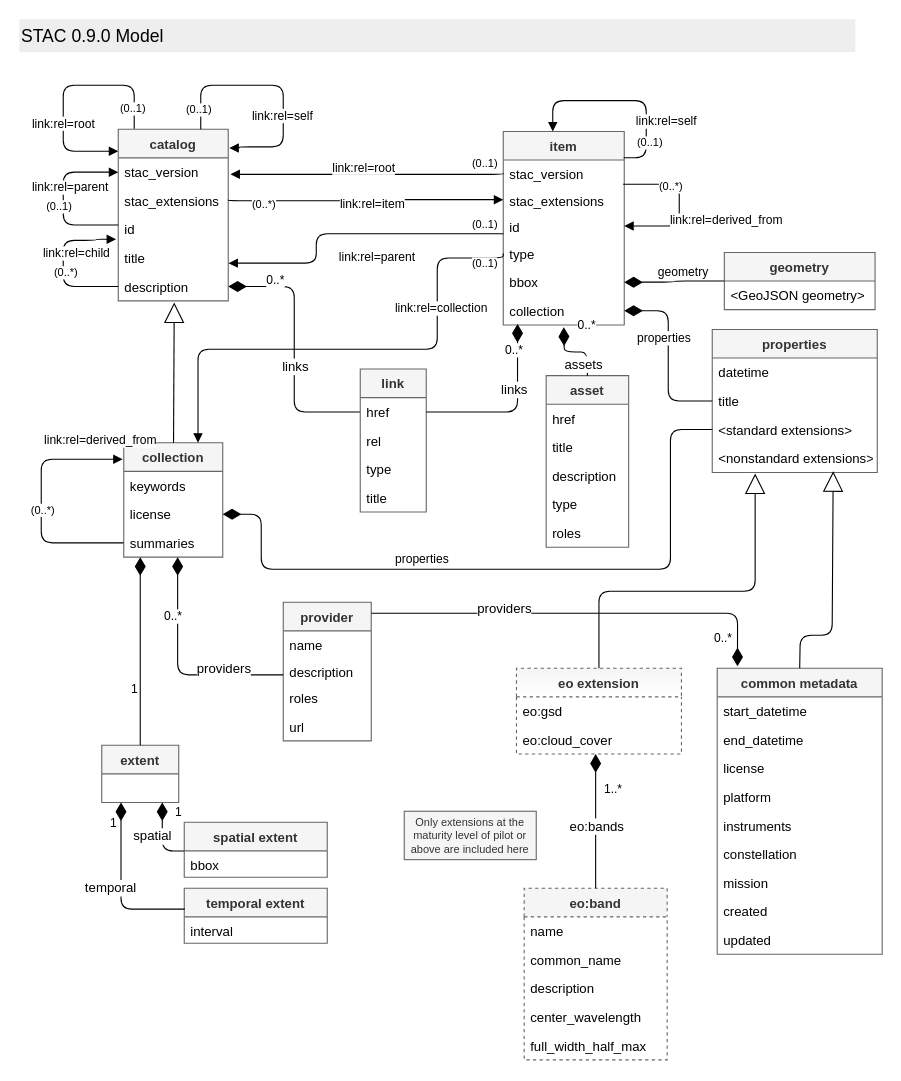
The draw.io diagram STAC-UML.drawio in radiantearth/stac-spec, before the edit. Source tidied: cells renumbered, new cells numbered last; positions are measured from the earlier drawing's top-left corner, leaving out a move shared by most shapes. Both pictures are drawn from the tidied source at 110%, with x=0, y=0 at pixel (19, 19).
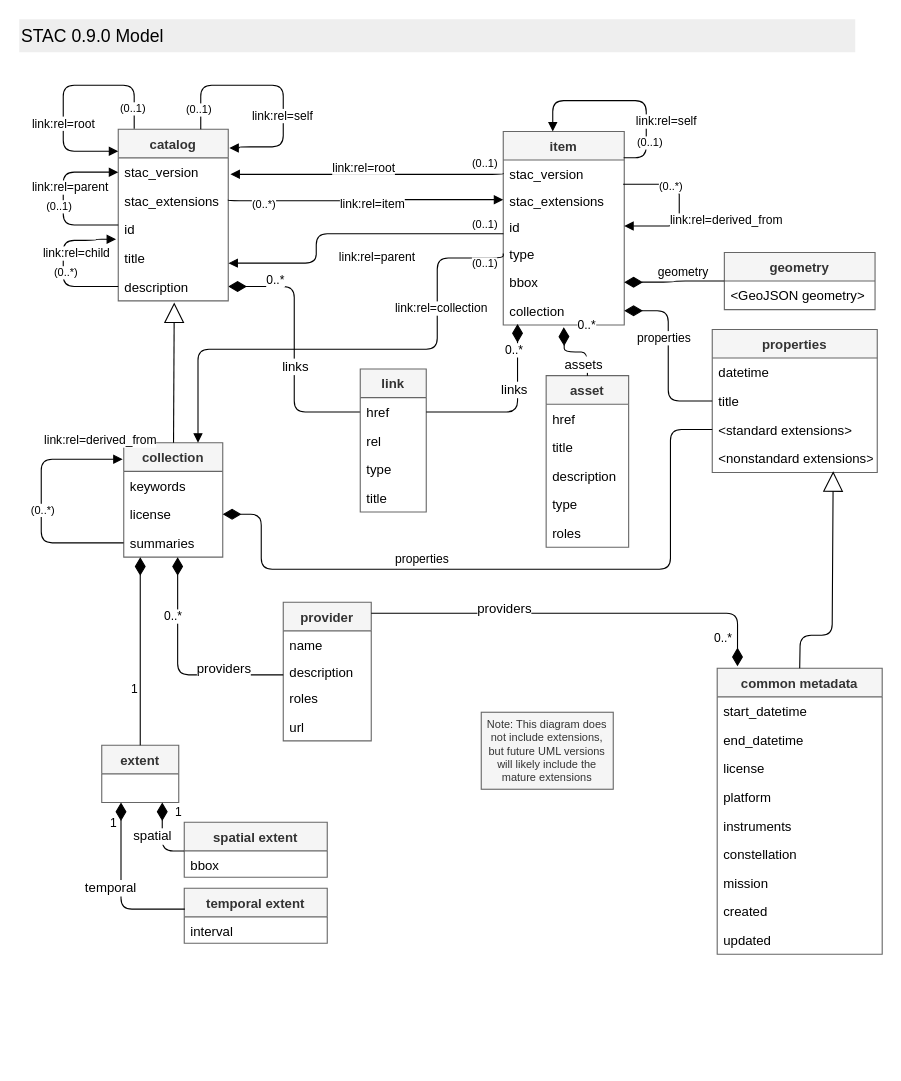
Above is the later version.

Commit message (it also covers changes not shown here):
removed extensions, per suggestion in PR review, as sat extension isnt pilot, but its weird to have eo in and not it

The change refers to these unchanged cells:
```xml
<mxCell id="44" value="&lt;nonstandard extensions&gt;" style="text;strokeColor=none;fillColor=none;align=left;verticalAlign=top;spacingLeft=4;spacingRight=4;overflow=hidden;points=[[0,0.5],[1,0.5]];portConstraint=eastwest;" parent="40" vertex="1">
  <mxGeometry y="104" width="150" height="26" as="geometry" />
</mxCell>
```

Diff of the diagram source:
```diff
@@
-    <mxCell id="57" value="Only extensions at the maturity level of pilot or above are included here" style="rounded=0;whiteSpace=wrap;html=1;fillColor=#f5f5f5;strokeColor=#666666;fontSize=10;fontColor=#333333;" parent="1" vertex="1">
-      <mxGeometry x="350" y="720" width="120" height="44" as="geometry" />
+    <mxCell id="57" value="Note: This diagram does not include extensions, but future UML versions will likely include the mature extensions" style="rounded=0;whiteSpace=wrap;html=1;fillColor=#f5f5f5;strokeColor=#666666;fontSize=10;fontColor=#333333;" parent="1" vertex="1">
+      <mxGeometry x="420" y="630" width="120" height="70" as="geometry" />
     </mxCell>
-    <mxCell id="58" value="eo extension" style="swimlane;fontStyle=1;horizontal=1;startSize=26;fillColor=#f5f5f5;strokeColor=#666666;fontColor=#333333;spacing=2;gradientColor=#ffffff;dashed=1;" parent="1" vertex="1">
-      <mxGeometry x="452" y="590" width="150" height="78" as="geometry" />
-    </mxCell>
-    <mxCell id="59" value="eo:gsd" style="text;strokeColor=none;fillColor=none;align=left;verticalAlign=top;spacingLeft=4;spacingRight=4;overflow=hidden;" parent="58" vertex="1">
-      <mxGeometry y="26" width="150" height="26" as="geometry" />
-    </mxCell>
-    <mxCell id="60" value="eo:cloud_cover" style="text;strokeColor=none;fillColor=none;align=left;verticalAlign=top;spacingLeft=4;spacingRight=4;overflow=hidden;points=[[0,0.5],[1,0.5]];portConstraint=eastwest;" parent="58" vertex="1">
-      <mxGeometry y="52" width="150" height="26" as="geometry" />
-    </mxCell>
-    <mxCell id="61" style="endArrow=block;endSize=16;endFill=0;html=1;fontSize=10;exitX=0.5;exitY=0;exitDx=0;exitDy=0;entryX=0.26;entryY=1.038;entryDx=0;entryDy=0;entryPerimeter=0;" parent="1" edge="1" source="58" target="44">
-      <mxGeometry relative="1" as="geometry">
-        <Array as="points">
-          <mxPoint x="527" y="520" />
-          <mxPoint x="600" y="520" />
-          <mxPoint x="669" y="520" />
-        </Array>
-      </mxGeometry>
-    </mxCell>
-    <mxCell id="62" value="eo:band" style="swimlane;fontStyle=1;horizontal=1;startSize=26;fillColor=#f5f5f5;strokeColor=#666666;fontColor=#333333;dashed=1;" parent="1" vertex="1">
-      <mxGeometry x="459" y="790" width="130" height="156" as="geometry" />
-    </mxCell>
-    <mxCell id="63" value="name" style="text;strokeColor=none;fillColor=none;align=left;verticalAlign=top;spacingLeft=4;spacingRight=4;overflow=hidden;" parent="62" vertex="1">
-      <mxGeometry y="26" width="130" height="26" as="geometry" />
-    </mxCell>
-    <mxCell id="64" value="common_name" style="text;strokeColor=none;fillColor=none;align=left;verticalAlign=top;spacingLeft=4;spacingRight=4;overflow=hidden;" parent="62" vertex="1">
-      <mxGeometry y="52" width="130" height="26" as="geometry" />
-    </mxCell>
-    <mxCell id="65" value="description" style="text;strokeColor=none;fillColor=none;align=left;verticalAlign=top;spacingLeft=4;spacingRight=4;overflow=hidden;" parent="62" vertex="1">
-      <mxGeometry y="78" width="130" height="26" as="geometry" />
-    </mxCell>
-    <mxCell id="66" value="center_wavelength" style="text;strokeColor=none;fillColor=none;align=left;verticalAlign=top;spacingLeft=4;spacingRight=4;overflow=hidden;" parent="62" vertex="1">
-      <mxGeometry y="104" width="130" height="26" as="geometry" />
-    </mxCell>
-    <mxCell id="67" value="full_width_half_max" style="text;strokeColor=none;fillColor=none;align=left;verticalAlign=top;spacingLeft=4;spacingRight=4;overflow=hidden;" parent="62" vertex="1">
-      <mxGeometry y="130" width="130" height="26" as="geometry" />
-    </mxCell>
@@
-    <mxCell id="69" value="1..*" style="endArrow=none;html=1;endSize=12;startArrow=diamondThin;startSize=14;startFill=1;edgeStyle=orthogonalEdgeStyle;align=left;verticalAlign=bottom;endFill=0;entryX=0.5;entryY=0;entryDx=0;entryDy=0;exitX=0.48;exitY=1;exitDx=0;exitDy=0;exitPerimeter=0;" parent="1" edge="1" source="60" target="62">
-      <mxGeometry x="0.17" y="31" relative="1" as="geometry">
-        <Array as="points">
-          <mxPoint x="524" y="750" />
-          <mxPoint x="524" y="750" />
-        </Array>
-        <mxPoint x="-25" y="-30" as="offset" />
-      </mxGeometry>
-    </mxCell>
-    <mxCell id="70" value="eo:bands" style="text;html=1;align=center;verticalAlign=middle;labelBackgroundColor=#ffffff;" parent="69" vertex="1">
-      <mxGeometry x="0.05" y="-6" relative="1" as="geometry">
-        <mxPoint x="6" y="1.3" as="offset" />
-      </mxGeometry>
-    </mxCell>
```
